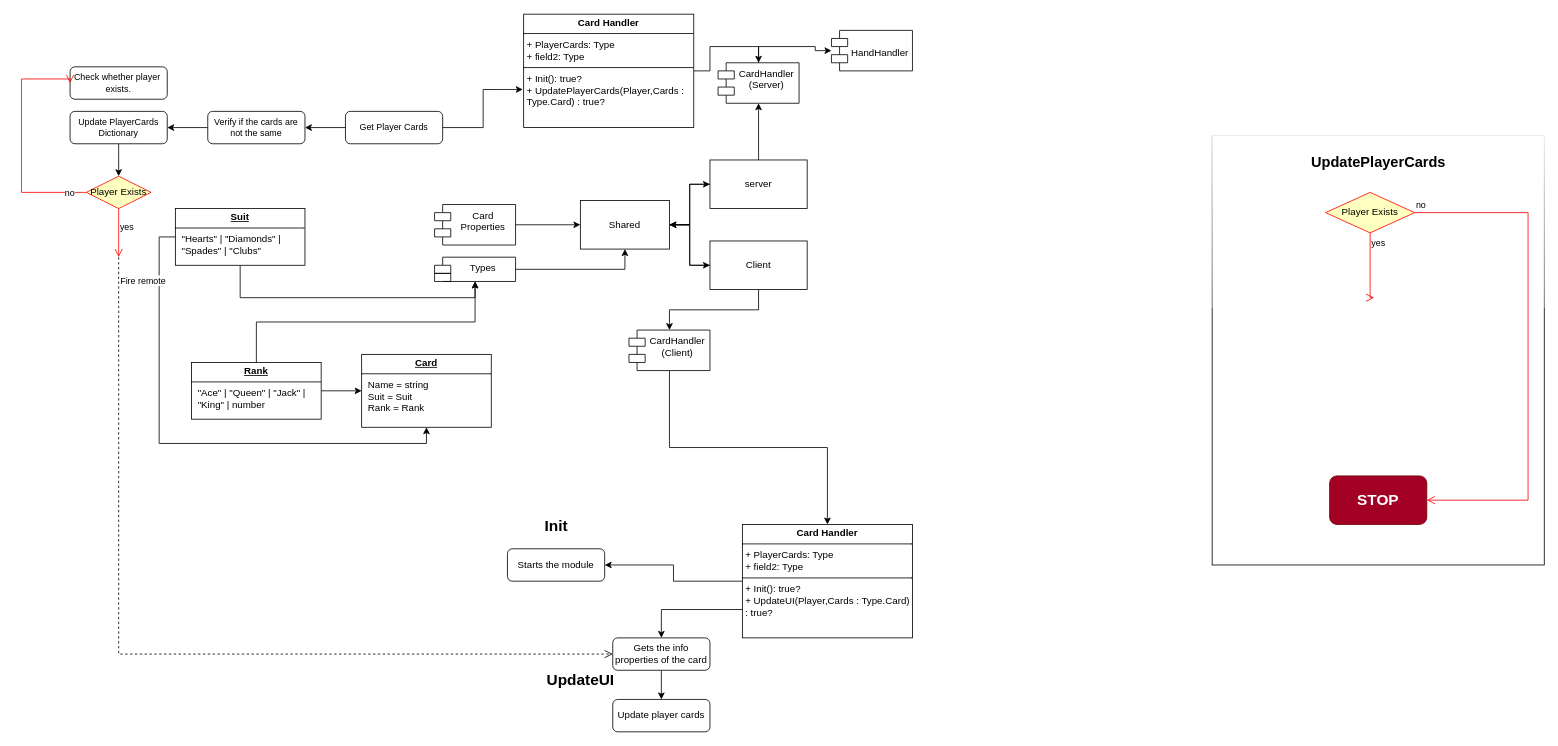
Earlier version of the draw.io diagram Untitled Diagram.drawio (dso12red/Class-30). Source tidied: cells renumbered, new cells numbered last; positions are measured from the earlier drawing's top-left corner, leaving out a move shared by most shapes. Both pictures are drawn from the tidied source at 81%, with x=0, y=0 at pixel (21, 14).
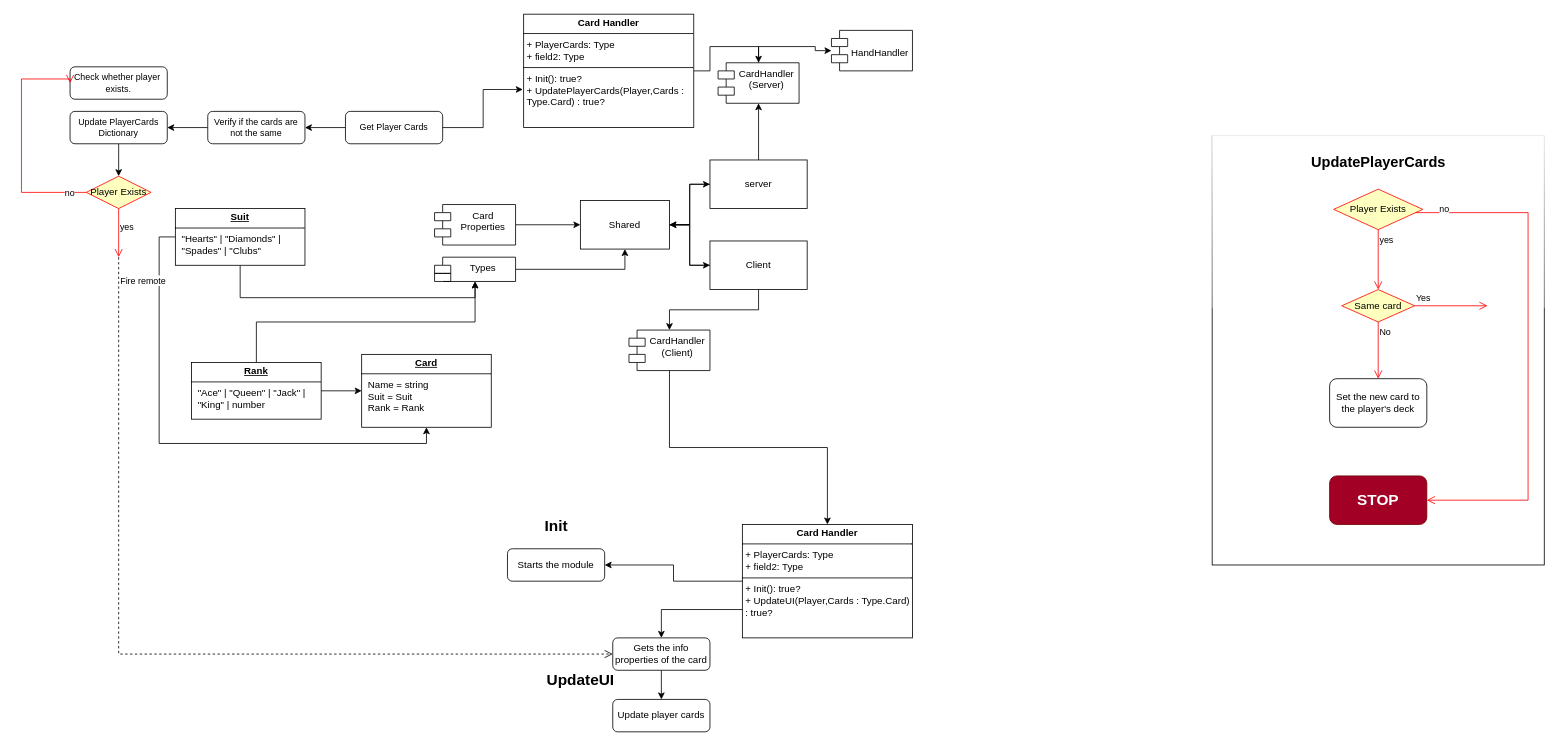
The same diagram, later.

The change refers to these unchanged cells:
```xml
<mxCell id="56" value="STOP" style="rounded=1;whiteSpace=wrap;html=1;fillColor=light-dark(#A20025,#FF3455);fontColor=light-dark(#FFFFFF,#FFFFFF);strokeColor=#6F0000;fontSize=19;fontStyle=1;" parent="1" vertex="1">
  <mxGeometry x="1615" y="570" width="120" height="60" as="geometry" />
</mxCell>
```

The edit, as a diff of the source:
```diff
@@
     <mxCell id="53" value="Player Exists" style="rhombus;whiteSpace=wrap;html=1;fontColor=#000000;fillColor=#ffffc0;strokeColor=#ff0000;" parent="1" vertex="1">
-      <mxGeometry x="1610" y="220" width="110" height="50" as="geometry" />
+      <mxGeometry x="1620" y="216" width="110" height="50" as="geometry" />
     </mxCell>
-    <mxCell id="54" value="no" style="edgeStyle=orthogonalEdgeStyle;html=1;align=left;verticalAlign=bottom;endArrow=open;endSize=8;strokeColor=#ff0000;rounded=0;entryX=1;entryY=0.5;entryDx=0;entryDy=0;" parent="1" edge="1" source="53" target="56">
-      <mxGeometry x="-1" relative="1" as="geometry">
+    <mxCell id="54" value="no" style="edgeStyle=orthogonalEdgeStyle;html=1;align=left;verticalAlign=bottom;endArrow=open;endSize=8;strokeColor=#ff0000;rounded=0;entryX=1;entryY=0.5;entryDx=0;entryDy=0;" parent="1" edge="1" source="53">
+      <mxGeometry x="-0.91" y="-5" relative="1" as="geometry">
+        <mxPoint x="1735" y="600" as="targetPoint" />
         <Array as="points">
           <mxPoint x="1860" y="245" />
           <mxPoint x="1860" y="600" />
         </Array>
       </mxGeometry>
     </mxCell>
-    <mxCell id="55" value="yes" style="edgeStyle=orthogonalEdgeStyle;html=1;align=left;verticalAlign=top;endArrow=open;endSize=8;strokeColor=#ff0000;rounded=0;" parent="1" edge="1" source="53">
-      <mxGeometry x="-1" relative="1" as="geometry">
-        <mxPoint x="1670" y="350" as="targetPoint" />
-        <Array as="points">
-          <mxPoint x="1665" y="350" />
-        </Array>
-      </mxGeometry>
+    <mxCell id="55" value="yes" style="edgeStyle=orthogonalEdgeStyle;html=1;align=left;verticalAlign=top;endArrow=open;endSize=8;strokeColor=#ff0000;rounded=0;entryX=0.5;entryY=0;entryDx=0;entryDy=0;" parent="1" edge="1" source="53" target="57">
+      <mxGeometry x="-1" relative="1" as="geometry" />
     </mxCell>
@@
+    <mxCell id="57" value="Same card" style="rhombus;whiteSpace=wrap;html=1;fontColor=#000000;fillColor=#ffffc0;strokeColor=#ff0000;" parent="1" vertex="1">
+      <mxGeometry x="1630" y="340" width="90" height="40" as="geometry" />
+    </mxCell>
+    <mxCell id="58" value="Yes" style="edgeStyle=orthogonalEdgeStyle;html=1;align=left;verticalAlign=bottom;endArrow=open;endSize=8;strokeColor=#ff0000;rounded=0;" parent="1" edge="1" source="57">
+      <mxGeometry x="-1" relative="1" as="geometry">
+        <mxPoint x="1810" y="360" as="targetPoint" />
+      </mxGeometry>
+    </mxCell>
+    <mxCell id="59" value="No" style="edgeStyle=orthogonalEdgeStyle;html=1;align=left;verticalAlign=top;endArrow=open;endSize=8;strokeColor=#ff0000;rounded=0;entryX=0.5;entryY=0;entryDx=0;entryDy=0;" parent="1" edge="1" source="57" target="60">
+      <mxGeometry x="-1" relative="1" as="geometry" />
+    </mxCell>
+    <mxCell id="60" value="Set the new card to the player's deck" style="rounded=1;whiteSpace=wrap;html=1;" parent="1" vertex="1">
+      <mxGeometry x="1615" y="450" width="120" height="60" as="geometry" />
+    </mxCell>
```
